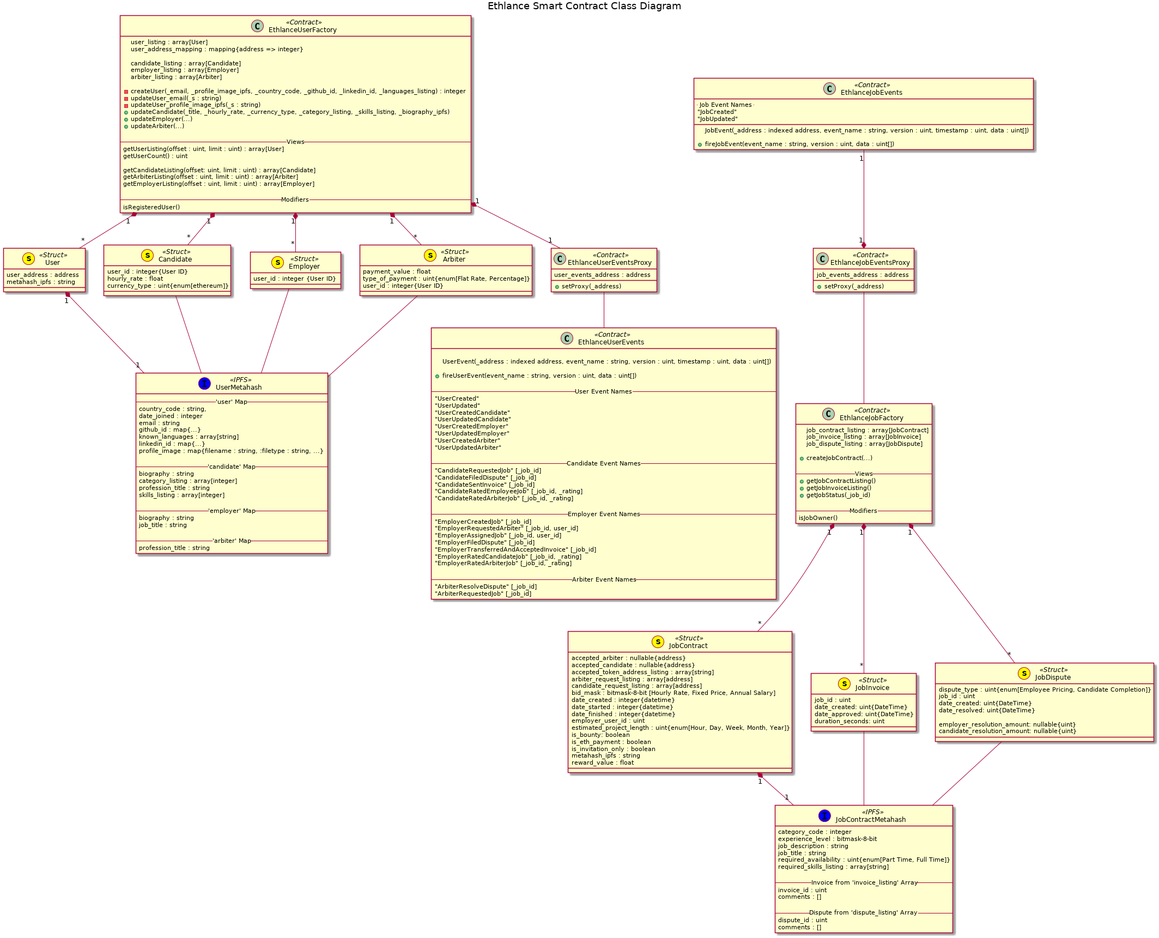
Earlier version of the PlantUML export docs/spec/class_diagram.png (district0x/ethlance).
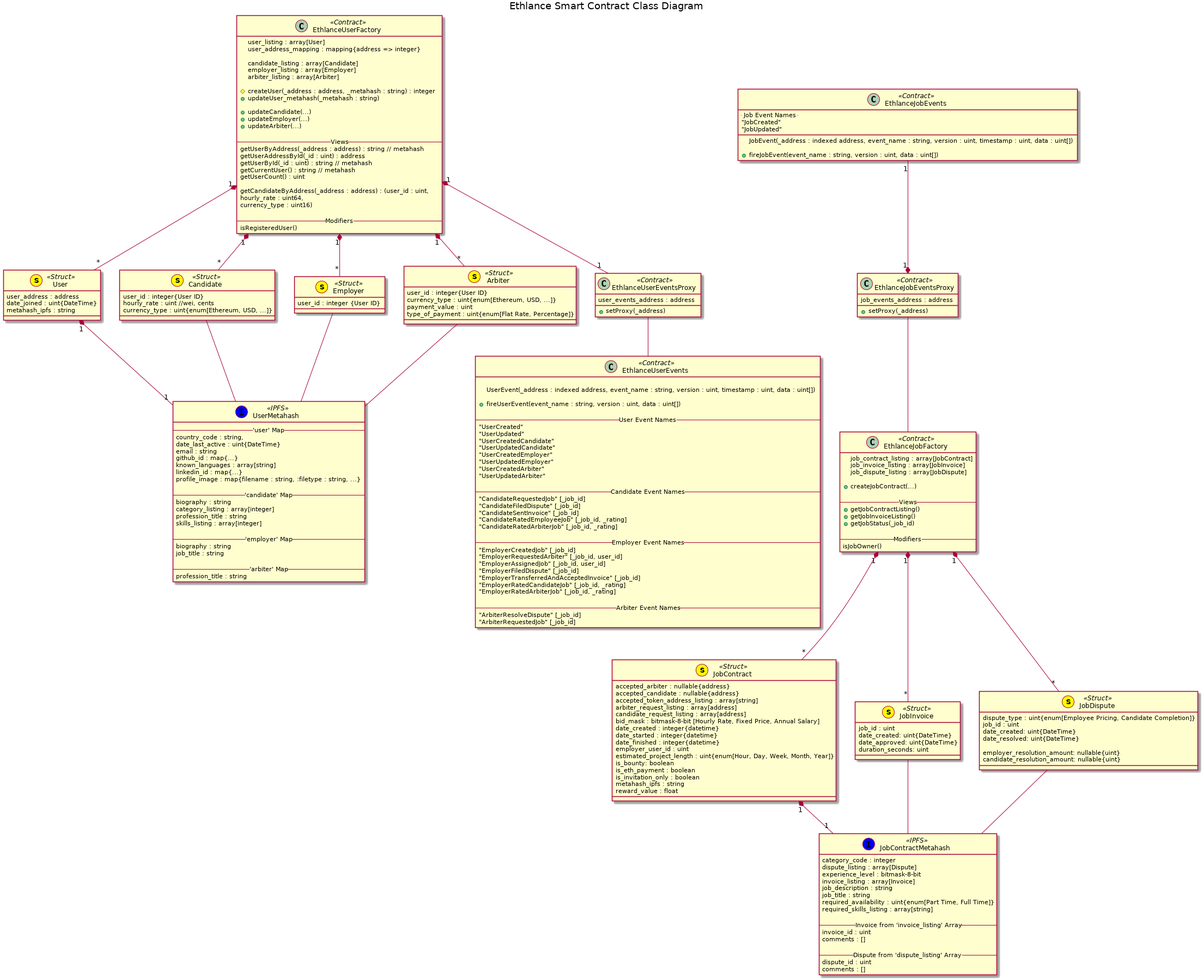
The same file after the commit.

What changed in the source:
```diff
@@ -4,7 +4,7 @@
 class UserMetahash << (I,blue) IPFS >> {
   -- 'user' Map --
   country_code : string,
-  date_joined : integer
+  date_last_active : uint{DateTime}
   email : string
   github_id : map{...}
   known_languages : array[string]
@@ -28,14 +28,15 @@
 User "1" *-- "1" UserMetahash
 class User << (s,yellow) Struct >> {
   user_address : address
+  date_joined : uint{DateTime}
   metahash_ipfs : string
 }
 
 Candidate -- UserMetahash
 class Candidate << (s,yellow) Struct >> {
   user_id : integer{User ID}
-  hourly_rate : float
-  currency_type : uint{enum[ethereum]}
+  hourly_rate : uint //wei, cents
+  currency_type : uint{enum[Ethereum, USD, ...]}
 }
 
 Employer -- UserMetahash
@@ -45,9 +46,10 @@
 
 Arbiter -- UserMetahash
 class Arbiter << (s,yellow) Struct >> {
-  payment_value : float
+  user_id : integer{User ID}
+  currency_type : uint{enum[Ethereum, USD, ...]}
+  payment_value : uint
   type_of_payment : uint{enum[Flat Rate, Percentage]}
-  user_id : integer{User ID}
 }
 
 EthlanceUserFactory "1" *-- "*" User
@@ -63,20 +65,23 @@
   employer_listing : array[Employer]
   arbiter_listing : array[Arbiter]
 
-  -createUser(_email, _profile_image_ipfs, _country_code, _github_id, _linkedin_id, _languages_listing) : integer
-  -updateUser_email(_s : string)
-  -updateUser_profile_image_ipfs(_s : string)
-  +updateCandidate(_title, _hourly_rate, _currency_type, _category_listing, _skills_listing, _biography_ipfs)
+  #createUser(_address : address, _metahash : string) : integer
+  +updateUser_metahash(_metahash : string)
+
+  +updateCandidate(...)
   +updateEmployer(...)
   +updateArbiter(...)
 
   -- Views --
-  getUserListing(offset : uint, limit : uint) : array[User]
+  getUserByAddress(_address : address) : string // metahash
+  getUserAddressById(_id : uint) : address
+  getUserById(_id : uint) : string // metahash
+  getCurrentUser() : string // metahash
   getUserCount() : uint
 
-  getCandidateListing(offset: uint, limit : uint) : array[Candidate]
-  getArbiterListing(offset : uint, limit : uint) : array[Arbiter]
-  getEmployerListing(offset : uint, limit : uint) : array[Employer]
+  getCandidateByAddress(_address : address) : (user_id : uint,
+                                               hourly_rate : uint64,
+                                               currency_type : uint16)
 
   -- Modifiers --
   isRegisteredUser()
@@ -128,7 +133,9 @@
 
 class JobContractMetahash << (I,blue) IPFS >> {
   category_code : integer
+  dispute_listing : array[Dispute]
   experience_level : bitmask-8-bit
+  invoice_listing : array[Invoice]
   job_description : string
   job_title : string
   required_availability : uint{enum[Part Time, Full Time]}
```
